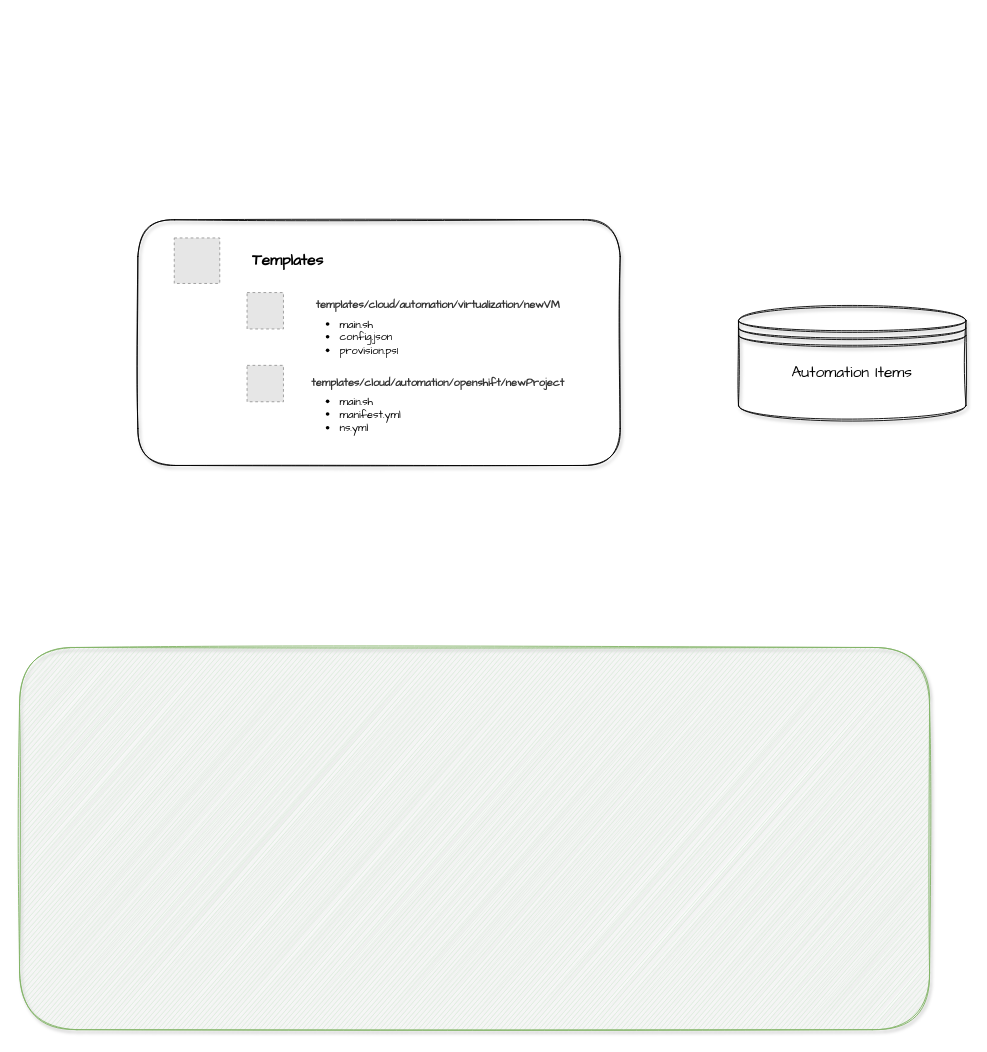
This is page "Operations Controller" (5 of 5) of diagrams/open-automation.drawio from haidouks/open-automation, a draw.io file, before an edit. Source tidied: cells renumbered, new cells numbered last; positions are measured from the earlier drawing's top-left corner, leaving out a move shared by most shapes. Both pictures are drawn from the tidied source at 91%, with x=0, y=0 at pixel (19, 219). Pictures stored in the file or linked from it are replaced by grey dashed boxes.
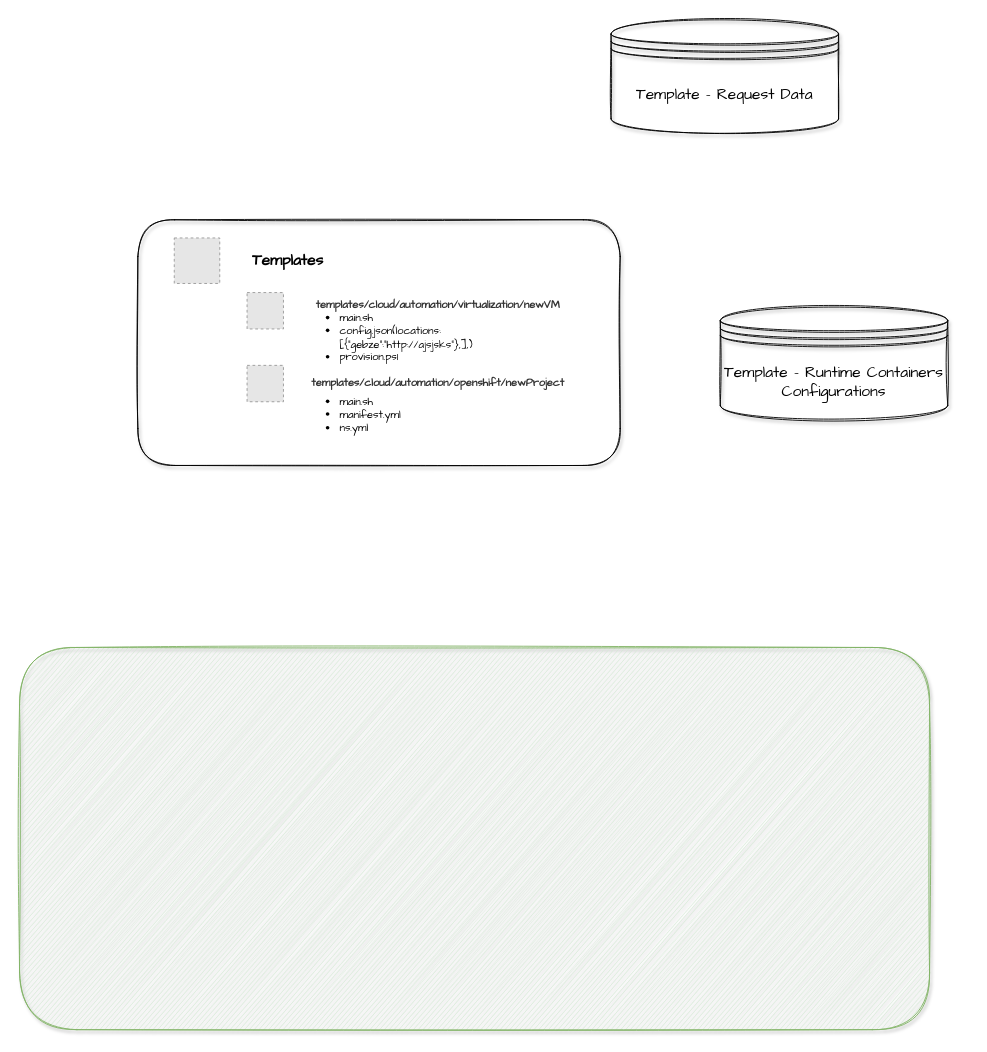
Above is the later version.

Diff of the diagram source:
```diff
@@
 <mxGraphModel>
   <root>
     <mxCell id="0" />
     <mxCell id="1" parent="0" />
     <mxCell id="2" style="rounded=1;whiteSpace=wrap;html=1;shadow=1;labelBackgroundColor=#ffffff;sketch=1;strokeColor=#82b366;strokeWidth=1;fillColor=#d5e8d4;fontFamily=Comic Sans MS;fontSize=12;align=center;" parent="1" vertex="1">
       <mxGeometry y="470" width="1000" height="420" as="geometry" />
     </mxCell>
     <mxCell id="3" style="rounded=1;whiteSpace=wrap;html=1;shadow=1;labelBackgroundColor=none;sketch=1;strokeColor=#000000;strokeWidth=1;fillColor=none;gradientColor=none;fontFamily=Comic Sans MS;fontSize=12;fontColor=#000000;align=center;spacing=2;" parent="1" vertex="1">
       <mxGeometry x="130" width="530" height="270" as="geometry" />
     </mxCell>
     <mxCell id="4" style="fillColor=#E6E6E6;strokeColor=#999999;dashed=1;html=1;verticalAlign=top;verticalLabelPosition=bottom;labelBackgroundColor=#ffffff;fontFamily=Comic Sans MS;fontSize=12;fontColor=#000000;align=left;" parent="1" vertex="1">
       <mxGeometry x="170" y="20" width="50" height="50" as="geometry" />
     </mxCell>
     <mxCell id="5" style="fillColor=#E6E6E6;strokeColor=#999999;dashed=1;html=1;verticalAlign=top;verticalLabelPosition=bottom;labelBackgroundColor=#ffffff;fontFamily=Comic Sans MS;fontSize=12;fontColor=#000000;align=center;" parent="1" vertex="1">
       <mxGeometry x="250" y="80" width="40" height="40" as="geometry" />
     </mxCell>
     <mxCell id="6" style="fillColor=#E6E6E6;strokeColor=#999999;dashed=1;html=1;verticalAlign=top;verticalLabelPosition=bottom;labelBackgroundColor=#ffffff;fontFamily=Comic Sans MS;fontSize=12;fontColor=#000000;align=center;" parent="1" vertex="1">
       <mxGeometry x="250" y="160" width="40" height="40" as="geometry" />
     </mxCell>
     <mxCell id="7" value="&lt;span style=&quot;color: rgb(51 , 51 , 51) ; text-align: left&quot;&gt;templates/cloud/automation/virtualization/newVM&lt;/span&gt;" style="text;html=1;strokeColor=none;fillColor=none;align=center;verticalAlign=middle;whiteSpace=wrap;rounded=0;shadow=1;labelBackgroundColor=none;sketch=1;fontFamily=Comic Sans MS;fontSize=12;fontColor=#000000;fontStyle=1;" parent="1" vertex="1">
       <mxGeometry x="310" y="85" width="300" height="20" as="geometry" />
     </mxCell>
     <mxCell id="8" value="&lt;span style=&quot;color: rgb(51 , 51 , 51) ; text-align: left&quot;&gt;templates/cloud/automation/openshift/newProject&lt;/span&gt;" style="text;html=1;strokeColor=none;fillColor=none;align=center;verticalAlign=middle;whiteSpace=wrap;rounded=0;shadow=1;labelBackgroundColor=none;sketch=1;fontFamily=Comic Sans MS;fontSize=12;fontColor=#000000;fontStyle=1;" parent="1" vertex="1">
       <mxGeometry x="300" y="170" width="320" height="20" as="geometry" />
     </mxCell>
-    <mxCell id="9" value="&lt;ul&gt;&lt;li&gt;main.sh&lt;br&gt;&lt;/li&gt;&lt;li&gt;config.json&lt;/li&gt;&lt;li&gt;provision.ps1&lt;/li&gt;&lt;/ul&gt;" style="text;html=1;strokeColor=none;fillColor=none;align=left;verticalAlign=middle;whiteSpace=wrap;rounded=0;shadow=1;labelBackgroundColor=none;sketch=1;fontFamily=Comic Sans MS;fontSize=12;fontColor=#000000;" parent="1" vertex="1">
+    <mxCell id="9" value="&lt;ul&gt;&lt;li&gt;main.sh&lt;br&gt;&lt;/li&gt;&lt;li&gt;config.json(locations: [{&quot;gebze&quot;:&quot;http://ajsjsks&quot;},],)&lt;/li&gt;&lt;li&gt;provision.ps1&lt;/li&gt;&lt;/ul&gt;" style="text;html=1;strokeColor=none;fillColor=none;align=left;verticalAlign=middle;whiteSpace=wrap;rounded=0;shadow=1;labelBackgroundColor=none;sketch=1;fontFamily=Comic Sans MS;fontSize=12;fontColor=#000000;" parent="1" vertex="1">
       <mxGeometry x="310" y="105" width="100" height="50" as="geometry" />
     </mxCell>
     <mxCell id="10" value="&lt;ul&gt;&lt;li&gt;main.sh&lt;br&gt;&lt;/li&gt;&lt;li&gt;manifest.yml&lt;/li&gt;&lt;li&gt;ns.yml&lt;/li&gt;&lt;/ul&gt;" style="text;html=1;strokeColor=none;fillColor=none;align=left;verticalAlign=middle;whiteSpace=wrap;rounded=0;shadow=1;labelBackgroundColor=none;sketch=1;fontFamily=Comic Sans MS;fontSize=12;fontColor=#000000;" parent="1" vertex="1">
       <mxGeometry x="310" y="190" width="100" height="50" as="geometry" />
     </mxCell>
     <mxCell id="11" value="Templates" style="text;html=1;strokeColor=none;fillColor=none;align=center;verticalAlign=middle;whiteSpace=wrap;rounded=0;shadow=1;labelBackgroundColor=none;sketch=1;fontFamily=Comic Sans MS;fontSize=17;fontColor=#000000;fontStyle=1;" parent="1" vertex="1">
       <mxGeometry x="260" y="35" width="70" height="20" as="geometry" />
     </mxCell>
-    <mxCell id="12" value="Automation Items&lt;br&gt;&lt;br&gt;" style="shape=datastore;whiteSpace=wrap;html=1;rounded=1;shadow=1;labelBackgroundColor=none;sketch=1;strokeColor=#000000;strokeWidth=1;fillColor=none;gradientColor=none;fontFamily=Comic Sans MS;fontSize=17;fontColor=#000000;align=center;" parent="1" vertex="1">
-      <mxGeometry x="790" y="95" width="250" height="125" as="geometry" />
+    <mxCell id="12" value="Template - Runtime Containers Configurations" style="shape=datastore;whiteSpace=wrap;html=1;rounded=1;shadow=1;labelBackgroundColor=none;sketch=1;strokeColor=#000000;strokeWidth=1;fillColor=none;gradientColor=none;fontFamily=Comic Sans MS;fontSize=17;fontColor=#000000;align=center;" parent="1" vertex="1">
+      <mxGeometry x="770" y="95" width="250" height="125" as="geometry" />
     </mxCell>
+    <mxCell id="13" value="Template - Request Data" style="shape=datastore;whiteSpace=wrap;html=1;rounded=1;shadow=1;labelBackgroundColor=none;sketch=1;strokeColor=#000000;strokeWidth=1;fillColor=none;gradientColor=none;fontFamily=Comic Sans MS;fontSize=17;fontColor=#000000;align=center;" parent="1" vertex="1">
+      <mxGeometry x="650" y="-220" width="250" height="125" as="geometry" />
+    </mxCell>
   </root>
 </mxGraphModel>
```
